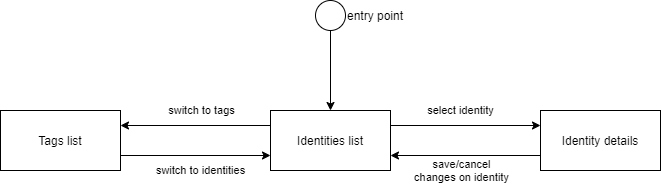
LuxGrey/TomokiDB keeps this draw.io diagram as docs/models/navigation_model.png. Above is the earlier version. Source tidied: cells renumbered, new cells last; positions are measured from the earlier drawing's top-left corner, leaving out a move shared by most shapes.
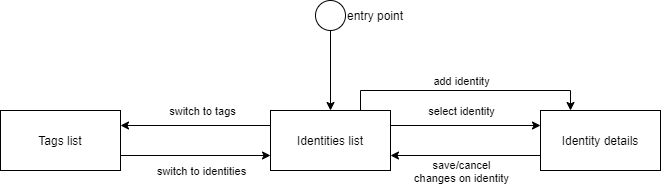
The same file after the commit.

What changed in the source:
```diff
@@ -2,6 +2,14 @@
   <root>
     <mxCell id="0" />
     <mxCell id="1" parent="0" />
+    <mxCell id="16" style="edgeStyle=orthogonalEdgeStyle;rounded=0;jettySize=auto;html=1;exitX=0.75;exitY=0;exitDx=0;exitDy=0;entryX=0.25;entryY=0;entryDx=0;entryDy=0;" parent="1" edge="1" source="2" target="3">
+      <mxGeometry relative="1" as="geometry" />
+    </mxCell>
+    <mxCell id="17" value="add identity" style="edgeLabel;html=1;align=center;verticalAlign=middle;" parent="16" vertex="1">
+      <mxGeometry x="-0.47" y="2" relative="1" as="geometry">
+        <mxPoint x="54" y="-8" as="offset" />
+      </mxGeometry>
+    </mxCell>
     <mxCell id="2" value="Identities list" style="rounded=0;whiteSpace=wrap;html=1;" parent="1" vertex="1">
       <mxGeometry x="270" y="110" width="120" height="60" as="geometry" />
     </mxCell>
```
